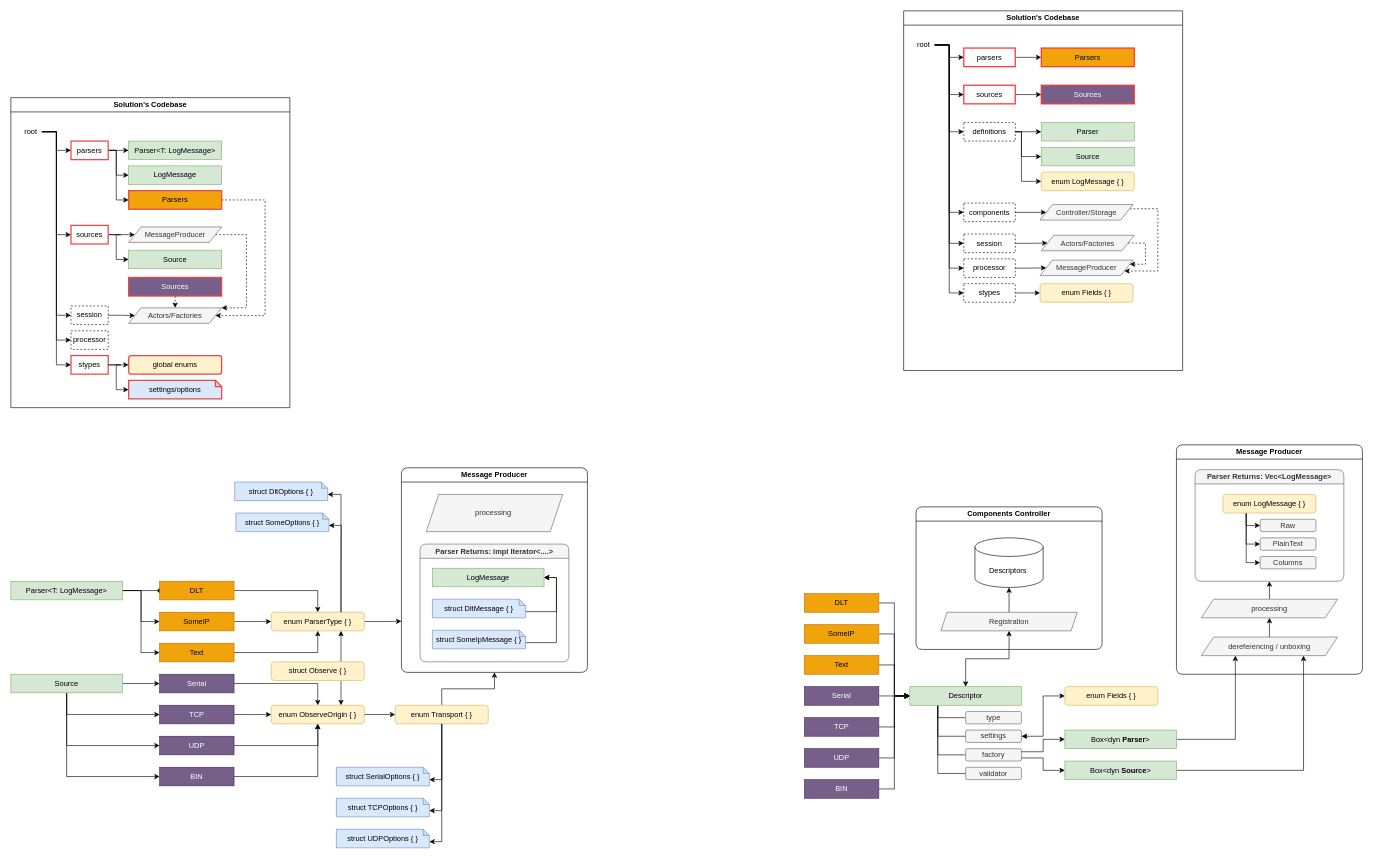
This is refactoring.drawio from DmitryAstafyev/chipmunk3_roadmap, a draw.io file, before an edit. Source tidied: cells renumbered, new cells numbered last; positions are measured from the earlier drawing's top-left corner, leaving out a move shared by most shapes. Both pictures are drawn from the tidied source at 62%, with x=0, y=0 at pixel (11, 11).
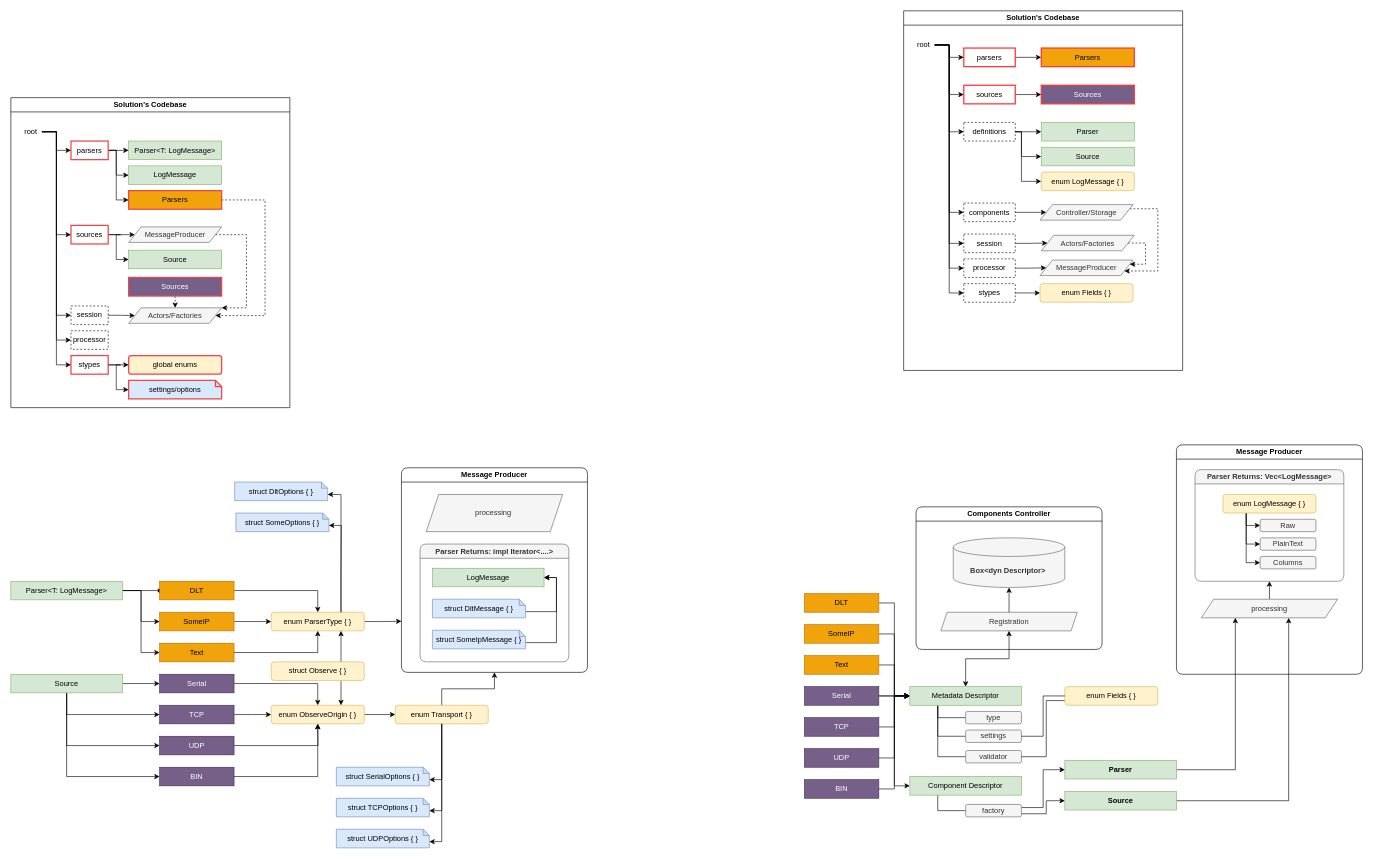
The same page after the edit.

The change refers to these unchanged cells:
```xml
<mxCell id="84" value="Components Controller" style="swimlane;whiteSpace=wrap;html=1;shadow=0;glass=0;rounded=1;" parent="1" vertex="1">
  <mxGeometry x="1460" y="800" width="300" height="230" as="geometry" />
</mxCell>
<mxCell id="95" value="Serial" style="rounded=0;whiteSpace=wrap;html=1;fillColor=#76608a;fontColor=#ffffff;strokeColor=#432D57;" parent="1" vertex="1">
  <mxGeometry x="1280" y="1090" width="120" height="30" as="geometry" />
</mxCell>
<mxCell id="102" style="group;" parent="1" vertex="1">
  <mxGeometry x="1450" y="1090" width="180" height="150" as="geometry" />
</mxCell>
<mxCell id="109" value="settings" style="rounded=1;whiteSpace=wrap;html=1;fillColor=#f5f5f5;fontColor=#333333;strokeColor=#666666;" parent="102" vertex="1">
  <mxGeometry x="90" y="70" width="90" height="20" as="geometry" />
</mxCell>
<mxCell id="119" value="Message Producer" style="swimlane;whiteSpace=wrap;html=1;shadow=0;glass=0;rounded=1;" parent="1" vertex="1">
  <mxGeometry x="1880" y="700" width="300" height="370" as="geometry" />
</mxCell>
<mxCell id="131" value="processing" style="shape=parallelogram;perimeter=parallelogramPerimeter;whiteSpace=wrap;html=1;fixedSize=1;fillColor=#f5f5f5;fontColor=#333333;strokeColor=#666666;" parent="119" vertex="1">
  <mxGeometry x="40" y="249" width="220" height="30" as="geometry" />
</mxCell>
<mxCell id="132" value="enum Fields { }" style="rounded=1;whiteSpace=wrap;html=1;fillColor=#fff2cc;strokeColor=#d6b656;" parent="1" vertex="1">
  <mxGeometry x="1700" y="1090" width="150" height="30" as="geometry" />
</mxCell>
```

Diff of the diagram source:
```diff
@@
-    <mxCell id="86" value="Descriptors&amp;nbsp;" style="shape=cylinder3;whiteSpace=wrap;html=1;boundedLbl=1;backgroundOutline=1;size=15;" parent="84" vertex="1">
-      <mxGeometry x="95" y="50" width="110" height="80" as="geometry" />
+    <mxCell id="86" value="&lt;b&gt;Box&amp;lt;dyn Descriptor&amp;gt;&amp;nbsp;&lt;/b&gt;" style="shape=cylinder3;whiteSpace=wrap;html=1;boundedLbl=1;backgroundOutline=1;size=15;fillColor=#f5f5f5;fontColor=#333333;strokeColor=#666666;" parent="84" vertex="1">
+      <mxGeometry x="60" y="50" width="180" height="80" as="geometry" />
     </mxCell>
@@
+    <mxCell id="170" style="edgeStyle=orthogonalEdgeStyle;rounded=0;jettySize=auto;html=1;exitX=1;exitY=0.5;exitDx=0;exitDy=0;entryX=0;entryY=0.5;entryDx=0;entryDy=0;" parent="1" edge="1" source="95" target="173">
+      <mxGeometry relative="1" as="geometry" />
+    </mxCell>
@@
+    <mxCell id="106" style="edgeStyle=orthogonalEdgeStyle;rounded=0;jettySize=auto;html=1;exitX=0.25;exitY=1;exitDx=0;exitDy=0;entryX=0;entryY=0.5;entryDx=0;entryDy=0;endArrow=none;startFill=0;" parent="102" edge="1" source="107" target="111">
+      <mxGeometry relative="1" as="geometry" />
+    </mxCell>
@@
-    <mxCell id="105" style="edgeStyle=orthogonalEdgeStyle;rounded=0;jettySize=auto;html=1;exitX=0.25;exitY=1;exitDx=0;exitDy=0;entryX=0;entryY=0.5;entryDx=0;entryDy=0;endArrow=none;startFill=0;" parent="102" edge="1" source="107" target="110">
-      <mxGeometry relative="1" as="geometry" />
-    </mxCell>
-    <mxCell id="106" style="edgeStyle=orthogonalEdgeStyle;rounded=0;jettySize=auto;html=1;exitX=0.25;exitY=1;exitDx=0;exitDy=0;entryX=0;entryY=0.5;entryDx=0;entryDy=0;endArrow=none;startFill=0;" parent="102" edge="1" source="107" target="111">
-      <mxGeometry relative="1" as="geometry" />
-    </mxCell>
-    <mxCell id="107" value="Descriptor" style="rounded=0;whiteSpace=wrap;html=1;fillColor=#d5e8d4;strokeColor=#82b366;" parent="102" vertex="1">
+    <mxCell id="107" value="Metadata Descriptor" style="rounded=0;whiteSpace=wrap;html=1;fillColor=#d5e8d4;strokeColor=#82b366;" parent="102" vertex="1">
       <mxGeometry width="180" height="30" as="geometry" />
     </mxCell>
@@
-    <mxCell id="110" value="factory" style="rounded=1;whiteSpace=wrap;html=1;fillColor=#f5f5f5;fontColor=#333333;strokeColor=#666666;" parent="102" vertex="1">
-      <mxGeometry x="90" y="100" width="90" height="20" as="geometry" />
-    </mxCell>
     <mxCell id="111" value="validator" style="rounded=1;whiteSpace=wrap;html=1;fillColor=#f5f5f5;fontColor=#333333;strokeColor=#666666;" parent="102" vertex="1">
-      <mxGeometry x="90" y="130" width="90" height="20" as="geometry" />
+      <mxGeometry x="90" y="103" width="90" height="20" as="geometry" />
     </mxCell>
@@
-    <mxCell id="113" style="edgeStyle=orthogonalEdgeStyle;rounded=0;jettySize=auto;html=1;exitX=1;exitY=0.5;exitDx=0;exitDy=0;entryX=0.25;entryY=1;entryDx=0;entryDy=0;" parent="1" edge="1" source="114" target="121">
+    <mxCell id="113" style="edgeStyle=orthogonalEdgeStyle;rounded=0;jettySize=auto;html=1;exitX=1;exitY=0.5;exitDx=0;exitDy=0;entryX=0.25;entryY=1;entryDx=0;entryDy=0;" parent="1" edge="1" source="114" target="131">
       <mxGeometry relative="1" as="geometry" />
     </mxCell>
-    <mxCell id="114" value="Box&amp;lt;dyn &lt;b&gt;Parser&lt;/b&gt;&amp;gt;" style="rounded=0;whiteSpace=wrap;html=1;fillColor=#d5e8d4;strokeColor=#82b366;" parent="1" vertex="1">
-      <mxGeometry x="1700" y="1160" width="180" height="30" as="geometry" />
+    <mxCell id="114" value="&lt;b&gt;Parser&lt;/b&gt;" style="rounded=0;whiteSpace=wrap;html=1;fillColor=#d5e8d4;strokeColor=#82b366;" parent="1" vertex="1">
+      <mxGeometry x="1700" y="1209" width="180" height="30" as="geometry" />
     </mxCell>
-    <mxCell id="115" style="edgeStyle=orthogonalEdgeStyle;rounded=0;jettySize=auto;html=1;exitX=1;exitY=0.5;exitDx=0;exitDy=0;entryX=0.75;entryY=1;entryDx=0;entryDy=0;" parent="1" edge="1" source="116" target="121">
+    <mxCell id="115" style="edgeStyle=orthogonalEdgeStyle;rounded=0;jettySize=auto;html=1;exitX=1;exitY=0.5;exitDx=0;exitDy=0;entryX=0.641;entryY=1.004;entryDx=0;entryDy=0;entryPerimeter=0;" parent="1" edge="1" source="116" target="131">
       <mxGeometry relative="1" as="geometry" />
     </mxCell>
-    <mxCell id="116" value="Box&amp;lt;dyn &lt;b&gt;Source&lt;/b&gt;&amp;gt;" style="rounded=0;whiteSpace=wrap;html=1;fillColor=#d5e8d4;strokeColor=#82b366;" parent="1" vertex="1">
-      <mxGeometry x="1700" y="1210" width="180" height="30" as="geometry" />
+    <mxCell id="116" value="&lt;b&gt;Source&lt;/b&gt;" style="rounded=0;whiteSpace=wrap;html=1;fillColor=#d5e8d4;strokeColor=#82b366;" parent="1" vertex="1">
+      <mxGeometry x="1700" y="1259" width="180" height="30" as="geometry" />
     </mxCell>
@@
     <mxCell id="118" style="edgeStyle=orthogonalEdgeStyle;rounded=0;jettySize=auto;html=1;exitX=1;exitY=0.75;exitDx=0;exitDy=0;entryX=0;entryY=0.5;entryDx=0;entryDy=0;" parent="1" edge="1" source="110" target="116">
-      <mxGeometry relative="1" as="geometry" />
+      <mxGeometry relative="1" as="geometry">
+        <Array as="points">
+          <mxPoint x="1670" y="1295" />
+          <mxPoint x="1670" y="1274" />
+        </Array>
+      </mxGeometry>
     </mxCell>
@@
-    <mxCell id="120" style="edgeStyle=orthogonalEdgeStyle;rounded=0;jettySize=auto;html=1;exitX=0.5;exitY=0;exitDx=0;exitDy=0;entryX=0.5;entryY=1;entryDx=0;entryDy=0;" parent="119" edge="1" source="121" target="131">
-      <mxGeometry relative="1" as="geometry" />
-    </mxCell>
-    <mxCell id="121" value="dereferencing / unboxing" style="shape=parallelogram;perimeter=parallelogramPerimeter;whiteSpace=wrap;html=1;fixedSize=1;fillColor=#f5f5f5;fontColor=#333333;strokeColor=#666666;" parent="119" vertex="1">
-      <mxGeometry x="40" y="310" width="220" height="30" as="geometry" />
-    </mxCell>
@@
+    <mxCell id="171" style="edgeStyle=orthogonalEdgeStyle;rounded=0;jettySize=auto;html=1;exitX=0;exitY=0.75;exitDx=0;exitDy=0;entryX=1;entryY=0.5;entryDx=0;entryDy=0;endArrow=none;endFill=1;startArrow=none;startFill=0;" parent="1" edge="1" source="132" target="111">
+      <mxGeometry relative="1" as="geometry">
+        <Array as="points">
+          <mxPoint x="1670" y="1113" />
+          <mxPoint x="1670" y="1203" />
+        </Array>
+      </mxGeometry>
+    </mxCell>
@@
-    <mxCell id="133" style="edgeStyle=orthogonalEdgeStyle;rounded=0;jettySize=auto;html=1;exitX=1;exitY=0.5;exitDx=0;exitDy=0;entryX=0;entryY=0.5;entryDx=0;entryDy=0;startArrow=block;startFill=1;" parent="1" edge="1" source="109" target="132">
+    <mxCell id="133" style="edgeStyle=orthogonalEdgeStyle;rounded=0;jettySize=auto;html=1;exitX=1;exitY=0.5;exitDx=0;exitDy=0;entryX=0;entryY=0.5;entryDx=0;entryDy=0;startArrow=none;startFill=0;endArrow=none;" parent="1" edge="1" source="109" target="132">
       <mxGeometry relative="1" as="geometry" />
     </mxCell>
@@
+    <mxCell id="172" style="edgeStyle=orthogonalEdgeStyle;rounded=0;jettySize=auto;html=1;exitX=0.25;exitY=1;exitDx=0;exitDy=0;entryX=0;entryY=0.5;entryDx=0;entryDy=0;endArrow=none;startFill=0;" parent="1" edge="1" source="173" target="110">
+      <mxGeometry relative="1" as="geometry" />
+    </mxCell>
+    <mxCell id="173" value="Component Descriptor" style="rounded=0;whiteSpace=wrap;html=1;fillColor=#d5e8d4;strokeColor=#82b366;" parent="1" vertex="1">
+      <mxGeometry x="1450" y="1235" width="180" height="30" as="geometry" />
+    </mxCell>
+    <mxCell id="110" value="factory" style="rounded=1;whiteSpace=wrap;html=1;fillColor=#f5f5f5;fontColor=#333333;strokeColor=#666666;" parent="1" vertex="1">
+      <mxGeometry x="1540" y="1280" width="90" height="20" as="geometry" />
+    </mxCell>
```
